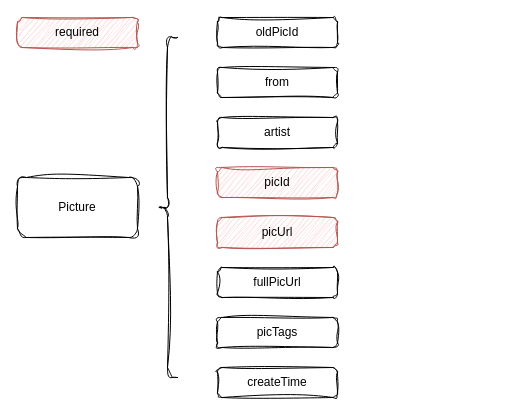
This is yiciyuan-picture.drawio from mykurisu/diagrams, a draw.io file, before an edit. Source tidied: cells renumbered, new cells numbered last; positions are measured from the earlier drawing's top-left corner, leaving out a move shared by most shapes. Both pictures are drawn from the tidied source at 100%, with x=0, y=0 at pixel (17, 17).
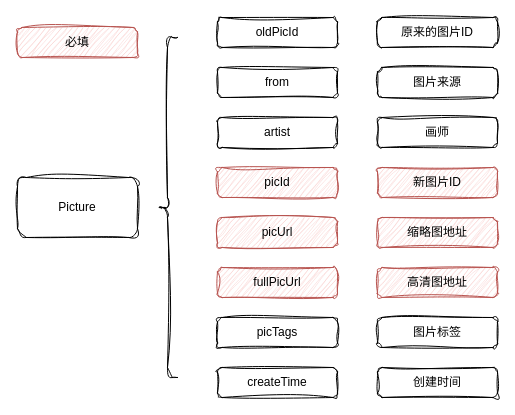
The same page after the edit.

Diff of the diagram source:
```diff
@@
-    <mxCell id="8" value="fullPicUrl" style="rounded=1;whiteSpace=wrap;html=1;sketch=1;curveFitting=1;jiggle=2;" parent="1" vertex="1">
+    <mxCell id="8" value="fullPicUrl" style="rounded=1;whiteSpace=wrap;html=1;sketch=1;curveFitting=1;jiggle=2;fillColor=#f8cecc;strokeColor=#b85450;" parent="1" vertex="1">
       <mxGeometry x="200" y="250" width="120" height="30" as="geometry" />
     </mxCell>
@@
-    <mxCell id="12" value="required" style="rounded=1;whiteSpace=wrap;html=1;sketch=1;curveFitting=1;jiggle=2;fillColor=#f8cecc;strokeColor=#b85450;" parent="1" vertex="1">
-      <mxGeometry width="120" height="30" as="geometry" />
-    </mxCell>
+    <mxCell id="13" value="原来的图片ID" style="rounded=1;whiteSpace=wrap;html=1;sketch=1;curveFitting=1;jiggle=2;" parent="1" vertex="1">
+      <mxGeometry x="360" width="120" height="30" as="geometry" />
+    </mxCell>
+    <mxCell id="14" value="图片来源" style="rounded=1;whiteSpace=wrap;html=1;sketch=1;curveFitting=1;jiggle=2;" parent="1" vertex="1">
+      <mxGeometry x="360" y="50" width="120" height="30" as="geometry" />
+    </mxCell>
+    <mxCell id="15" value="画师" style="rounded=1;whiteSpace=wrap;html=1;sketch=1;curveFitting=1;jiggle=2;" parent="1" vertex="1">
+      <mxGeometry x="360" y="100" width="120" height="30" as="geometry" />
+    </mxCell>
+    <mxCell id="16" value="新图片ID" style="rounded=1;whiteSpace=wrap;html=1;sketch=1;curveFitting=1;jiggle=2;fillColor=#f8cecc;strokeColor=#b85450;" parent="1" vertex="1">
+      <mxGeometry x="360" y="150" width="120" height="30" as="geometry" />
+    </mxCell>
+    <mxCell id="17" value="缩略图地址" style="rounded=1;whiteSpace=wrap;html=1;sketch=1;curveFitting=1;jiggle=2;fillColor=#f8cecc;strokeColor=#b85450;" parent="1" vertex="1">
+      <mxGeometry x="360" y="200" width="120" height="30" as="geometry" />
+    </mxCell>
+    <mxCell id="18" value="必填" style="rounded=1;whiteSpace=wrap;html=1;sketch=1;curveFitting=1;jiggle=2;fillColor=#f8cecc;strokeColor=#b85450;" parent="1" vertex="1">
+      <mxGeometry y="10" width="120" height="30" as="geometry" />
+    </mxCell>
+    <mxCell id="19" value="高清图地址" style="rounded=1;whiteSpace=wrap;html=1;sketch=1;curveFitting=1;jiggle=2;fillColor=#f8cecc;strokeColor=#b85450;" parent="1" vertex="1">
+      <mxGeometry x="360" y="250" width="120" height="30" as="geometry" />
+    </mxCell>
+    <mxCell id="20" value="图片标签" style="rounded=1;whiteSpace=wrap;html=1;sketch=1;curveFitting=1;jiggle=2;" parent="1" vertex="1">
+      <mxGeometry x="360" y="300" width="120" height="30" as="geometry" />
+    </mxCell>
+    <mxCell id="21" value="创建时间" style="rounded=1;whiteSpace=wrap;html=1;sketch=1;curveFitting=1;jiggle=2;" parent="1" vertex="1">
+      <mxGeometry x="360" y="350" width="120" height="30" as="geometry" />
+    </mxCell>
```
